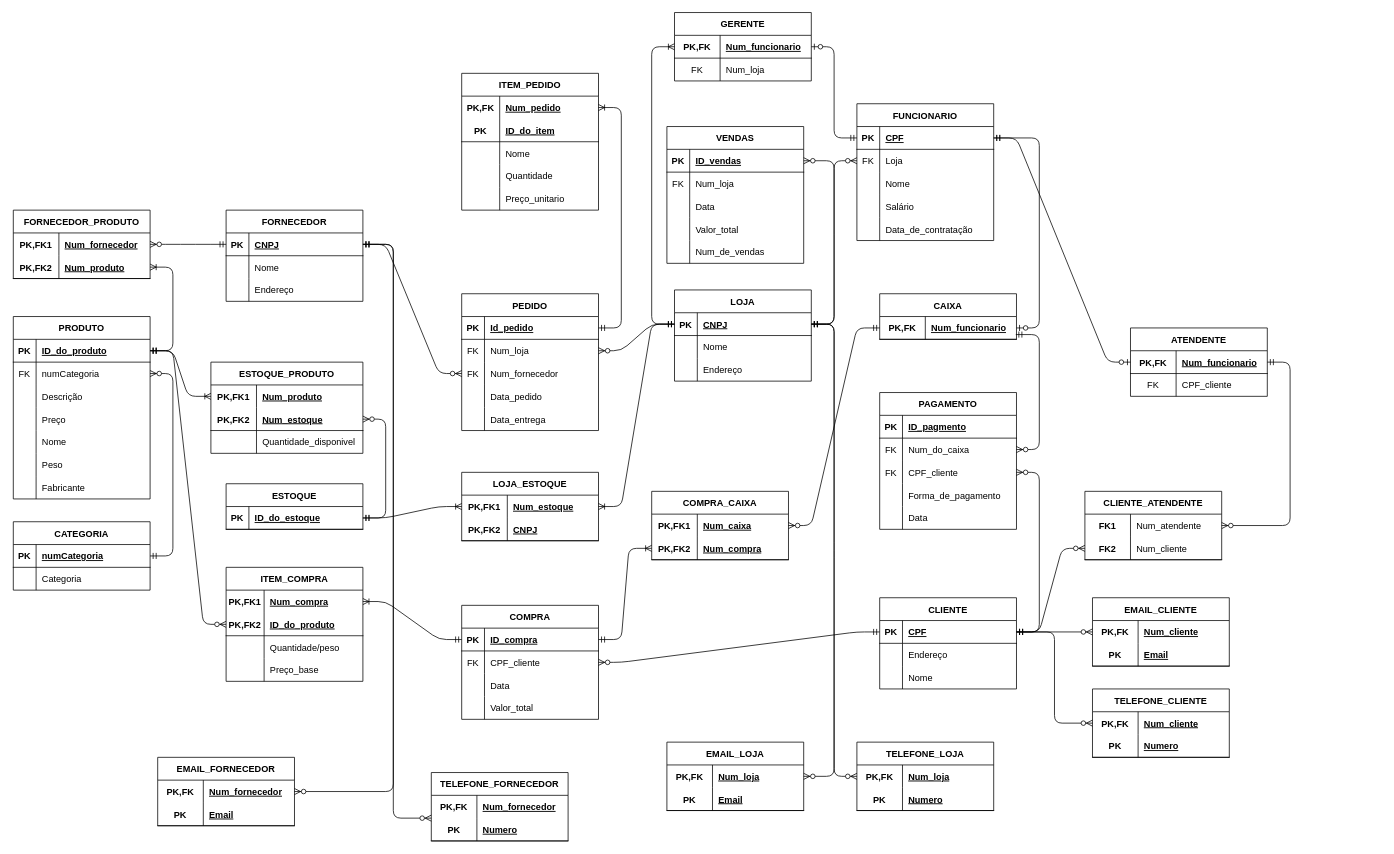
This is DIagrama_re.drawio from MarcosWillianAP1K/Trabai-de-BD, a draw.io file, before an edit. Source tidied: cells renumbered, new cells numbered last; positions are measured from the earlier drawing's top-left corner, leaving out a move shared by most shapes. Both pictures are drawn from the tidied source at 76%, with x=0, y=0 at pixel (13, 12).
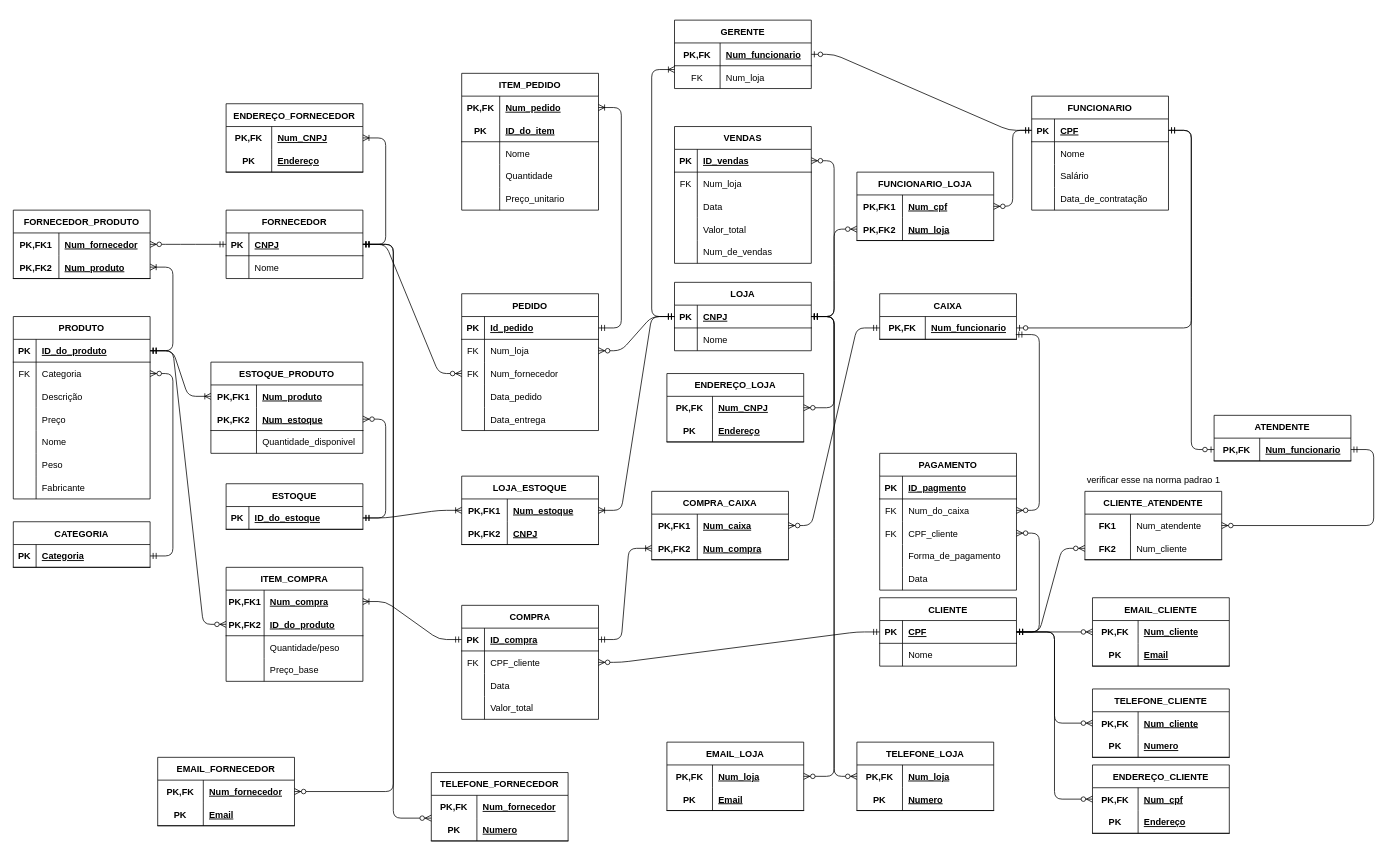
The same diagram, later.

Commit message:
Diagram relacional 1 forma normal

The change refers to these unchanged cells:
```xml
<mxCell id="3" style="shape=tableRow;horizontal=0;startSize=0;swimlaneHead=0;swimlaneBody=0;fillColor=none;points=[[0,0.5],[1,0.5]];portConstraint=eastwest;top=0;left=0;right=0;bottom=1;" parent="2" vertex="1">
  <mxGeometry y="30" width="180" height="30" as="geometry" />
</mxCell>
<mxCell id="52" style="shape=tableRow;horizontal=0;startSize=0;swimlaneHead=0;swimlaneBody=0;fillColor=none;points=[[0,0.5],[1,0.5]];portConstraint=eastwest;top=0;left=0;right=0;bottom=1;" parent="51" vertex="1">
  <mxGeometry y="30" width="180" height="30" as="geometry" />
</mxCell>
<mxCell id="72" style="shape=tableRow;horizontal=0;startSize=0;swimlaneHead=0;swimlaneBody=0;fillColor=none;points=[[0,0.5],[1,0.5]];portConstraint=eastwest;top=0;left=0;right=0;bottom=0;" parent="68" vertex="1">
  <mxGeometry y="60" width="180" height="30" as="geometry" />
</mxCell>
<mxCell id="91" style="shape=tableRow;horizontal=0;startSize=0;swimlaneHead=0;swimlaneBody=0;fillColor=none;points=[[0,0.5],[1,0.5]];portConstraint=eastwest;top=0;left=0;right=0;bottom=1;" parent="90" vertex="1">
  <mxGeometry y="30" width="180" height="30" as="geometry" />
</mxCell>
<mxCell id="152" style="shape=tableRow;horizontal=0;startSize=0;swimlaneHead=0;swimlaneBody=0;fillColor=none;points=[[0,0.5],[1,0.5]];portConstraint=eastwest;top=0;left=0;right=0;bottom=1;" parent="151" vertex="1">
  <mxGeometry y="30" width="180" height="30" as="geometry" />
</mxCell>
<mxCell id="178" style="shape=tableRow;horizontal=0;startSize=0;swimlaneHead=0;swimlaneBody=0;fillColor=none;points=[[0,0.5],[1,0.5]];portConstraint=eastwest;top=0;left=0;right=0;bottom=1;" parent="177" vertex="1">
  <mxGeometry y="30" width="180" height="30" as="geometry" />
</mxCell>
<mxCell id="182" style="shape=tableRow;horizontal=0;startSize=0;swimlaneHead=0;swimlaneBody=0;fillColor=none;points=[[0,0.5],[1,0.5]];portConstraint=eastwest;top=0;left=0;right=0;bottom=1;" parent="181" vertex="1">
  <mxGeometry y="30" width="180" height="30" as="geometry" />
</mxCell>
<mxCell id="198" style="shape=tableRow;horizontal=0;startSize=0;swimlaneHead=0;swimlaneBody=0;fillColor=none;points=[[0,0.5],[1,0.5]];portConstraint=eastwest;top=0;left=0;right=0;bottom=1;" parent="197" vertex="1">
  <mxGeometry y="30" width="180" height="30" as="geometry" />
</mxCell>
<mxCell id="201" style="shape=tableRow;horizontal=0;startSize=0;swimlaneHead=0;swimlaneBody=0;fillColor=none;points=[[0,0.5],[1,0.5]];portConstraint=eastwest;top=0;left=0;right=0;bottom=0;" parent="197" vertex="1">
  <mxGeometry y="60" width="180" height="30" as="geometry" />
</mxCell>
```

The edit, as a diff of the source:
```diff
@@
     <mxCell id="2" value="LOJA" style="shape=table;startSize=30;childLayout=tableLayout;rowLines=0;fontStyle=1;align=center;" parent="1" vertex="1">
-      <mxGeometry x="870" y="365" width="180" height="120" as="geometry" />
+      <mxGeometry x="870" y="355" width="180" height="90" as="geometry" />
     </mxCell>
@@
-    <mxCell id="9" style="shape=tableRow;horizontal=0;startSize=0;swimlaneHead=0;swimlaneBody=0;fillColor=none;top=0;left=0;right=0;bottom=0;" parent="2" vertex="1">
-      <mxGeometry y="90" width="180" height="30" as="geometry" />
-    </mxCell>
-    <mxCell id="10" style="shape=partialRectangle;fillColor=none;top=0;left=0;bottom=0;right=0;overflow=hidden;" parent="9" vertex="1">
-      <mxGeometry width="30" height="30" as="geometry" />
-    </mxCell>
-    <mxCell id="11" value="Endereço" style="shape=partialRectangle;fillColor=none;top=0;left=0;bottom=0;right=0;align=left;spacingLeft=6;overflow=hidden;" parent="9" vertex="1">
-      <mxGeometry x="30" width="150" height="30" as="geometry" />
-    </mxCell>
@@
     <mxCell id="51" value="FORNECEDOR" style="shape=table;startSize=30;childLayout=tableLayout;rowLines=0;fontStyle=1;align=center;" parent="1" vertex="1">
-      <mxGeometry x="280" y="260" width="180" height="120" as="geometry" />
+      <mxGeometry x="280" y="260" width="180" height="90" as="geometry" />
     </mxCell>
@@
-    <mxCell id="58" style="shape=tableRow;horizontal=0;startSize=0;swimlaneHead=0;swimlaneBody=0;fillColor=none;top=0;left=0;right=0;bottom=0;" parent="51" vertex="1">
-      <mxGeometry y="90" width="180" height="30" as="geometry" />
-    </mxCell>
-    <mxCell id="59" style="shape=partialRectangle;fillColor=none;top=0;left=0;bottom=0;right=0;overflow=hidden;" parent="58" vertex="1">
-      <mxGeometry width="30" height="30" as="geometry" />
-    </mxCell>
-    <mxCell id="60" value="Endereço" style="shape=partialRectangle;fillColor=none;top=0;left=0;bottom=0;right=0;align=left;spacingLeft=6;overflow=hidden;" parent="58" vertex="1">
-      <mxGeometry x="30" width="150" height="30" as="geometry" />
-    </mxCell>
@@
-    <mxCell id="74" value="numCategoria" style="shape=partialRectangle;fillColor=none;top=0;left=0;bottom=0;right=0;align=left;spacingLeft=6;overflow=hidden;" parent="72" vertex="1">
+    <mxCell id="74" value="Categoria" style="shape=partialRectangle;fillColor=none;top=0;left=0;bottom=0;right=0;align=left;spacingLeft=6;overflow=hidden;" parent="72" vertex="1">
       <mxGeometry x="30" width="150" height="30" as="geometry" />
     </mxCell>
@@
     <mxCell id="90" value="CATEGORIA" style="shape=table;startSize=30;childLayout=tableLayout;rowLines=0;fontStyle=1;align=center;" parent="1" vertex="1">
-      <mxGeometry y="670" width="180" height="90" as="geometry" />
+      <mxGeometry y="670" width="180" height="60" as="geometry" />
     </mxCell>
@@
-    <mxCell id="93" value="numCategoria" style="shape=partialRectangle;fillColor=none;top=0;left=0;bottom=0;right=0;align=left;spacingLeft=6;fontStyle=5;overflow=hidden;" parent="91" vertex="1">
+    <mxCell id="93" value="Categoria" style="shape=partialRectangle;fillColor=none;top=0;left=0;bottom=0;right=0;align=left;spacingLeft=6;fontStyle=5;overflow=hidden;" parent="91" vertex="1">
       <mxGeometry x="30" width="150" height="30" as="geometry" />
     </mxCell>
-    <mxCell id="94" style="shape=tableRow;horizontal=0;startSize=0;swimlaneHead=0;swimlaneBody=0;fillColor=none;top=0;left=0;right=0;bottom=0;" parent="90" vertex="1">
-      <mxGeometry y="60" width="180" height="30" as="geometry" />
-    </mxCell>
-    <mxCell id="95" style="shape=partialRectangle;fillColor=none;top=0;left=0;bottom=0;right=0;overflow=hidden;" parent="94" vertex="1">
-      <mxGeometry width="30" height="30" as="geometry" />
-    </mxCell>
-    <mxCell id="96" value="Categoria" style="shape=partialRectangle;fillColor=none;top=0;left=0;bottom=0;right=0;align=left;spacingLeft=6;overflow=hidden;" parent="94" vertex="1">
-      <mxGeometry x="30" width="150" height="30" as="geometry" />
-    </mxCell>
@@
     <mxCell id="118" value="LOJA_ESTOQUE" style="shape=table;startSize=30;childLayout=tableLayout;rowLines=0;fontStyle=1;align=center;" parent="1" vertex="1">
-      <mxGeometry x="590" y="605" width="180" height="90" as="geometry" />
+      <mxGeometry x="590" y="610" width="180" height="90" as="geometry" />
     </mxCell>
@@
     <mxCell id="151" value="CLIENTE" style="shape=table;startSize=30;childLayout=tableLayout;rowLines=0;fontStyle=1;align=center;" parent="1" vertex="1">
-      <mxGeometry x="1140" y="770" width="180" height="120" as="geometry" />
+      <mxGeometry x="1140" y="770" width="180" height="90" as="geometry" />
     </mxCell>
@@
-    <mxCell id="155" style="shape=tableRow;horizontal=0;startSize=0;swimlaneHead=0;swimlaneBody=0;fillColor=none;top=0;left=0;right=0;bottom=0;" parent="151" vertex="1">
-      <mxGeometry y="60" width="180" height="30" as="geometry" />
-    </mxCell>
-    <mxCell id="156" style="shape=partialRectangle;fillColor=none;top=0;left=0;bottom=0;right=0;overflow=hidden;" parent="155" vertex="1">
-      <mxGeometry width="30" height="30" as="geometry" />
-    </mxCell>
-    <mxCell id="157" value="Endereço" style="shape=partialRectangle;fillColor=none;top=0;left=0;bottom=0;right=0;align=left;spacingLeft=6;overflow=hidden;" parent="155" vertex="1">
-      <mxGeometry x="30" width="150" height="30" as="geometry" />
-    </mxCell>
     <mxCell id="158" style="shape=tableRow;horizontal=0;startSize=0;swimlaneHead=0;swimlaneBody=0;fillColor=none;top=0;left=0;right=0;bottom=0;" parent="151" vertex="1">
-      <mxGeometry y="90" width="180" height="30" as="geometry" />
+      <mxGeometry y="60" width="180" height="30" as="geometry" />
     </mxCell>
@@
     <mxCell id="161" value="PAGAMENTO" style="shape=table;startSize=30;childLayout=tableLayout;rowLines=0;fontStyle=1;align=center;" parent="1" vertex="1">
-      <mxGeometry x="1140" y="500" width="180" height="180" as="geometry" />
+      <mxGeometry x="1140" y="580" width="180" height="180" as="geometry" />
     </mxCell>
@@
     <mxCell id="181" value="FUNCIONARIO" style="shape=table;startSize=30;childLayout=tableLayout;rowLines=0;fontStyle=1;align=center;" parent="1" vertex="1">
-      <mxGeometry x="1110" y="120" width="180" height="180" as="geometry" />
+      <mxGeometry x="1340" y="110" width="180" height="150" as="geometry" />
     </mxCell>
@@
-    <mxCell id="185" style="shape=tableRow;horizontal=0;startSize=0;swimlaneHead=0;swimlaneBody=0;fillColor=none;points=[[0,0.5],[1,0.5]];portConstraint=eastwest;top=0;left=0;right=0;bottom=0;" parent="181" vertex="1">
-      <mxGeometry y="60" width="180" height="30" as="geometry" />
-    </mxCell>
-    <mxCell id="186" value="FK" style="shape=partialRectangle;fillColor=none;top=0;left=0;bottom=0;right=0;fontStyle=0;overflow=hidden;" parent="185" vertex="1">
-      <mxGeometry width="30" height="30" as="geometry" />
-    </mxCell>
-    <mxCell id="187" value="Loja" style="shape=partialRectangle;fillColor=none;top=0;left=0;bottom=0;right=0;align=left;spacingLeft=6;fontStyle=0;overflow=hidden;" parent="185" vertex="1">
-      <mxGeometry x="30" width="150" height="30" as="geometry" />
-    </mxCell>
     <mxCell id="188" style="shape=tableRow;horizontal=0;startSize=0;swimlaneHead=0;swimlaneBody=0;fillColor=none;top=0;left=0;right=0;bottom=0;" parent="181" vertex="1">
-      <mxGeometry y="90" width="180" height="30" as="geometry" />
+      <mxGeometry y="60" width="180" height="30" as="geometry" />
     </mxCell>
@@
     <mxCell id="191" style="shape=tableRow;horizontal=0;startSize=0;swimlaneHead=0;swimlaneBody=0;fillColor=none;top=0;left=0;right=0;bottom=0;" parent="181" vertex="1">
-      <mxGeometry y="120" width="180" height="30" as="geometry" />
+      <mxGeometry y="90" width="180" height="30" as="geometry" />
     </mxCell>
@@
     <mxCell id="194" style="shape=tableRow;horizontal=0;startSize=0;swimlaneHead=0;swimlaneBody=0;fillColor=none;top=0;left=0;right=0;bottom=0;" parent="181" vertex="1">
-      <mxGeometry y="150" width="180" height="30" as="geometry" />
+      <mxGeometry y="120" width="180" height="30" as="geometry" />
     </mxCell>
@@
     <mxCell id="197" value="GERENTE" style="shape=table;startSize=30;childLayout=tableLayout;rowLines=0;fontStyle=1;align=center;" parent="1" vertex="1">
-      <mxGeometry x="870" width="180" height="90" as="geometry" />
+      <mxGeometry x="870" y="10" width="180" height="90" as="geometry" />
     </mxCell>
@@
     <mxCell id="204" value="ATENDENTE" style="shape=table;startSize=30;childLayout=tableLayout;rowLines=0;fontStyle=1;align=center;" parent="1" vertex="1">
-      <mxGeometry x="1470" y="415" width="180" height="90" as="geometry" />
+      <mxGeometry x="1580" y="530" width="180" height="60" as="geometry" />
     </mxCell>
@@
-    <mxCell id="208" style="shape=tableRow;horizontal=0;startSize=0;swimlaneHead=0;swimlaneBody=0;fillColor=none;top=0;left=0;right=0;bottom=0;" parent="204" vertex="1">
-      <mxGeometry y="60" width="180" height="30" as="geometry" />
-    </mxCell>
-    <mxCell id="209" value="FK" style="shape=partialRectangle;fillColor=none;top=0;left=0;bottom=0;right=0;fontStyle=0;overflow=hidden;" parent="208" vertex="1">
-      <mxGeometry width="60" height="30" as="geometry" />
-    </mxCell>
-    <mxCell id="210" value="CPF_cliente" style="shape=partialRectangle;fillColor=none;top=0;left=0;bottom=0;right=0;align=left;spacingLeft=6;fontStyle=0;overflow=hidden;" parent="208" vertex="1">
-      <mxGeometry x="60" width="120" height="30" as="geometry" />
-    </mxCell>
     <mxCell id="211" value="VENDAS" style="shape=table;startSize=30;childLayout=tableLayout;rowLines=0;fontStyle=1;align=center;" parent="1" vertex="1">
-      <mxGeometry x="860" y="150" width="180" height="180" as="geometry" />
+      <mxGeometry x="870" y="150" width="180" height="180" as="geometry" />
     </mxCell>
@@
-    <mxCell id="251" style="edgeStyle=entityRelationEdgeStyle;fontSize=12;html=1;endArrow=ERzeroToMany;startArrow=ERmandOne;" parent="1" edge="1" source="3" target="185">
+    <mxCell id="251" style="edgeStyle=entityRelationEdgeStyle;fontSize=12;html=1;endArrow=ERzeroToMany;startArrow=ERmandOne;" parent="1" edge="1" source="3" target="320">
       <mxGeometry relative="1" as="geometry" />
     </mxCell>
@@
-    <mxCell id="254" style="edgeStyle=entityRelationEdgeStyle;fontSize=12;html=1;endArrow=ERzeroToOne;startArrow=ERmandOne;" parent="1" edge="1" source="182" target="178">
-      <mxGeometry relative="1" as="geometry" />
+    <mxCell id="254" style="edgeStyle=orthogonalEdgeStyle;fontSize=12;html=1;endArrow=ERzeroToOne;startArrow=ERmandOne;" parent="1" edge="1" source="182" target="178">
+      <mxGeometry relative="1" as="geometry">
+        <Array as="points">
+          <mxPoint x="1550" y="155" />
+          <mxPoint x="1550" y="415" />
+        </Array>
+      </mxGeometry>
     </mxCell>
-    <mxCell id="255" style="edgeStyle=orthogonalEdgeStyle;fontSize=12;html=1;endArrow=ERoneToMany;startArrow=ERmandOne;" parent="1" edge="1" source="3" target="198">
+    <mxCell id="255" style="edgeStyle=orthogonalEdgeStyle;fontSize=12;html=1;endArrow=ERoneToMany;startArrow=ERmandOne;exitX=0;exitY=0.5;exitDx=0;exitDy=0;" parent="1" edge="1" source="3" target="201">
       <mxGeometry relative="1" as="geometry">
         <Array as="points">
-          <mxPoint x="840" y="410" />
-          <mxPoint x="840" y="45" />
+          <mxPoint x="840" y="400" />
+          <mxPoint x="840" y="75" />
         </Array>
       </mxGeometry>
     </mxCell>
@@
+    <mxCell id="300" value="ENDEREÇO_FORNECEDOR" style="shape=table;startSize=30;childLayout=tableLayout;rowLines=0;fontStyle=1;align=center;" parent="1" vertex="1">
+      <mxGeometry x="280" y="120" width="180" height="90" as="geometry" />
+    </mxCell>
+    <mxCell id="301" style="shape=tableRow;horizontal=0;startSize=0;swimlaneHead=0;swimlaneBody=0;fillColor=none;points=[[0,0.5],[1,0.5]];portConstraint=eastwest;top=0;left=0;right=0;bottom=0;" parent="300" vertex="1">
+      <mxGeometry y="30" width="180" height="30" as="geometry" />
+    </mxCell>
+    <mxCell id="302" value="PK,FK" style="shape=partialRectangle;fillColor=none;top=0;left=0;bottom=0;right=0;fontStyle=1;overflow=hidden;" parent="301" vertex="1">
+      <mxGeometry width="60" height="30" as="geometry" />
+    </mxCell>
+    <mxCell id="303" value="Num_CNPJ" style="shape=partialRectangle;fillColor=none;top=0;left=0;bottom=0;right=0;align=left;spacingLeft=6;fontStyle=5;overflow=hidden;" parent="301" vertex="1">
+      <mxGeometry x="60" width="120" height="30" as="geometry" />
+    </mxCell>
+    <mxCell id="304" style="shape=tableRow;horizontal=0;startSize=0;swimlaneHead=0;swimlaneBody=0;fillColor=none;top=0;left=0;right=0;bottom=1;" parent="300" vertex="1">
+      <mxGeometry y="60" width="180" height="30" as="geometry" />
+    </mxCell>
+    <mxCell id="305" value="PK" style="shape=partialRectangle;fillColor=none;top=0;left=0;bottom=0;right=0;fontStyle=1;overflow=hidden;" parent="304" vertex="1">
+      <mxGeometry width="60" height="30" as="geometry" />
+    </mxCell>
+    <mxCell id="306" value="Endereço" style="shape=partialRectangle;fillColor=none;top=0;left=0;bottom=0;right=0;align=left;spacingLeft=6;fontStyle=5;overflow=hidden;" parent="304" vertex="1">
+      <mxGeometry x="60" width="120" height="30" as="geometry" />
+    </mxCell>
+    <mxCell id="307" style="edgeStyle=entityRelationEdgeStyle;fontSize=12;html=1;endArrow=ERoneToMany;startArrow=ERmandOne;" parent="1" edge="1" source="52" target="301">
+      <mxGeometry relative="1" as="geometry" />
+    </mxCell>
+    <mxCell id="308" value="ENDEREÇO_LOJA" style="shape=table;startSize=30;childLayout=tableLayout;rowLines=0;fontStyle=1;align=center;" parent="1" vertex="1">
+      <mxGeometry x="860" y="475" width="180" height="90" as="geometry" />
+    </mxCell>
+    <mxCell id="309" style="shape=tableRow;horizontal=0;startSize=0;swimlaneHead=0;swimlaneBody=0;fillColor=none;points=[[0,0.5],[1,0.5]];portConstraint=eastwest;top=0;left=0;right=0;bottom=0;" parent="308" vertex="1">
+      <mxGeometry y="30" width="180" height="30" as="geometry" />
+    </mxCell>
+    <mxCell id="310" value="PK,FK" style="shape=partialRectangle;fillColor=none;top=0;left=0;bottom=0;right=0;fontStyle=1;overflow=hidden;" parent="309" vertex="1">
+      <mxGeometry width="60" height="30" as="geometry" />
+    </mxCell>
+    <mxCell id="311" value="Num_CNPJ" style="shape=partialRectangle;fillColor=none;top=0;left=0;bottom=0;right=0;align=left;spacingLeft=6;fontStyle=5;overflow=hidden;" parent="309" vertex="1">
+      <mxGeometry x="60" width="120" height="30" as="geometry" />
+    </mxCell>
+    <mxCell id="312" style="shape=tableRow;horizontal=0;startSize=0;swimlaneHead=0;swimlaneBody=0;fillColor=none;top=0;left=0;right=0;bottom=1;" parent="308" vertex="1">
+      <mxGeometry y="60" width="180" height="30" as="geometry" />
+    </mxCell>
+    <mxCell id="313" value="PK" style="shape=partialRectangle;fillColor=none;top=0;left=0;bottom=0;right=0;fontStyle=1;overflow=hidden;" parent="312" vertex="1">
+      <mxGeometry width="60" height="30" as="geometry" />
+    </mxCell>
+    <mxCell id="314" value="Endereço" style="shape=partialRectangle;fillColor=none;top=0;left=0;bottom=0;right=0;align=left;spacingLeft=6;fontStyle=5;overflow=hidden;" parent="312" vertex="1">
+      <mxGeometry x="60" width="120" height="30" as="geometry" />
+    </mxCell>
+    <mxCell id="315" style="edgeStyle=entityRelationEdgeStyle;fontSize=12;html=1;endArrow=ERzeroToMany;startArrow=ERmandOne;" parent="1" edge="1" source="3" target="309">
+      <mxGeometry relative="1" as="geometry" />
+    </mxCell>
+    <mxCell id="316" value="FUNCIONARIO_LOJA" style="shape=table;startSize=30;childLayout=tableLayout;rowLines=0;fontStyle=1;align=center;" parent="1" vertex="1">
+      <mxGeometry x="1110" y="210" width="180" height="90" as="geometry" />
+    </mxCell>
+    <mxCell id="317" style="shape=tableRow;horizontal=0;startSize=0;swimlaneHead=0;swimlaneBody=0;fillColor=none;points=[[0,0.5],[1,0.5]];portConstraint=eastwest;top=0;left=0;right=0;bottom=0;" parent="316" vertex="1">
+      <mxGeometry y="30" width="180" height="30" as="geometry" />
+    </mxCell>
+    <mxCell id="318" value="PK,FK1" style="shape=partialRectangle;fillColor=none;top=0;left=0;bottom=0;right=0;fontStyle=1;overflow=hidden;" parent="317" vertex="1">
+      <mxGeometry width="60" height="30" as="geometry" />
+    </mxCell>
+    <mxCell id="319" value="Num_cpf" style="shape=partialRectangle;fillColor=none;top=0;left=0;bottom=0;right=0;align=left;spacingLeft=6;fontStyle=5;overflow=hidden;" parent="317" vertex="1">
+      <mxGeometry x="60" width="120" height="30" as="geometry" />
+    </mxCell>
+    <mxCell id="320" style="shape=tableRow;horizontal=0;startSize=0;swimlaneHead=0;swimlaneBody=0;fillColor=none;points=[[0,0.5],[1,0.5]];portConstraint=eastwest;top=0;left=0;right=0;bottom=1;" parent="316" vertex="1">
+      <mxGeometry y="60" width="180" height="30" as="geometry" />
+    </mxCell>
+    <mxCell id="321" value="PK,FK2" style="shape=partialRectangle;fillColor=none;top=0;left=0;bottom=0;right=0;fontStyle=1;overflow=hidden;" parent="320" vertex="1">
+      <mxGeometry width="60" height="30" as="geometry" />
+    </mxCell>
+    <mxCell id="322" value="Num_loja" style="shape=partialRectangle;fillColor=none;top=0;left=0;bottom=0;right=0;align=left;spacingLeft=6;fontStyle=5;overflow=hidden;" parent="320" vertex="1">
+      <mxGeometry x="60" width="120" height="30" as="geometry" />
+    </mxCell>
+    <mxCell id="323" style="edgeStyle=orthogonalEdgeStyle;fontSize=12;html=1;endArrow=ERzeroToMany;startArrow=ERmandOne;" parent="1" edge="1" source="182" target="317">
+      <mxGeometry relative="1" as="geometry" />
+    </mxCell>
+    <mxCell id="324" value="ENDEREÇO_CLIENTE" style="shape=table;startSize=30;childLayout=tableLayout;rowLines=0;fontStyle=1;align=center;" parent="1" vertex="1">
+      <mxGeometry x="1420" y="990" width="180" height="90" as="geometry" />
+    </mxCell>
+    <mxCell id="325" style="shape=tableRow;horizontal=0;startSize=0;swimlaneHead=0;swimlaneBody=0;fillColor=none;points=[[0,0.5],[1,0.5]];portConstraint=eastwest;top=0;left=0;right=0;bottom=0;" parent="324" vertex="1">
+      <mxGeometry y="30" width="180" height="30" as="geometry" />
+    </mxCell>
+    <mxCell id="326" value="PK,FK" style="shape=partialRectangle;fillColor=none;top=0;left=0;bottom=0;right=0;fontStyle=1;overflow=hidden;" parent="325" vertex="1">
+      <mxGeometry width="60" height="30" as="geometry" />
+    </mxCell>
+    <mxCell id="327" value="Num_cpf" style="shape=partialRectangle;fillColor=none;top=0;left=0;bottom=0;right=0;align=left;spacingLeft=6;fontStyle=5;overflow=hidden;" parent="325" vertex="1">
+      <mxGeometry x="60" width="120" height="30" as="geometry" />
+    </mxCell>
+    <mxCell id="328" style="shape=tableRow;horizontal=0;startSize=0;swimlaneHead=0;swimlaneBody=0;fillColor=none;top=0;left=0;right=0;bottom=1;" parent="324" vertex="1">
+      <mxGeometry y="60" width="180" height="30" as="geometry" />
+    </mxCell>
+    <mxCell id="329" value="PK" style="shape=partialRectangle;fillColor=none;top=0;left=0;bottom=0;right=0;fontStyle=1;overflow=hidden;" parent="328" vertex="1">
+      <mxGeometry width="60" height="30" as="geometry" />
+    </mxCell>
+    <mxCell id="330" value="Endereço" style="shape=partialRectangle;fillColor=none;top=0;left=0;bottom=0;right=0;align=left;spacingLeft=6;fontStyle=5;overflow=hidden;" parent="328" vertex="1">
+      <mxGeometry x="60" width="120" height="30" as="geometry" />
+    </mxCell>
+    <mxCell id="331" style="edgeStyle=orthogonalEdgeStyle;fontSize=12;html=1;endArrow=ERzeroToMany;startArrow=ERmandOne;" parent="1" edge="1" source="152" target="325">
+      <mxGeometry relative="1" as="geometry" />
+    </mxCell>
+    <mxCell id="332" value="verificar esse na norma padrao 1" style="text;html=1;align=center;verticalAlign=middle;strokeColor=none;fillColor=none;" parent="1" vertex="1">
+      <mxGeometry x="1400" y="600" width="200" height="30" as="geometry" />
+    </mxCell>
```
